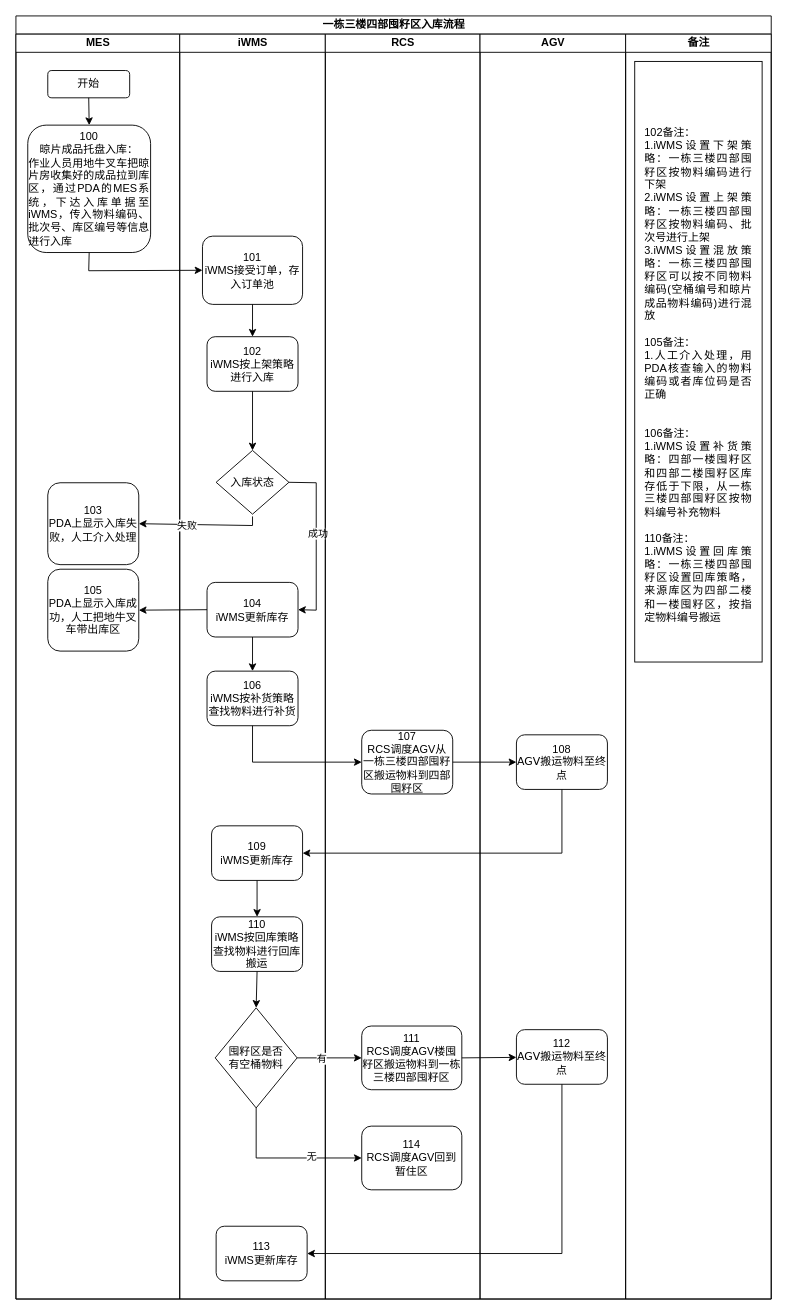
Above: page "一栋三楼四部囤籽区入库流程" (8 of 18) of data/伍子醉-无MES业务流程图.drawio in chenyanxi/hosts (draw.io), before the change. Source tidied: cells renumbered, new cells numbered last; positions are measured from the earlier drawing's top-left corner, leaving out a move shared by most shapes. Both pictures are drawn from the tidied source at 91%, with x=0, y=0 at pixel (15, 15).
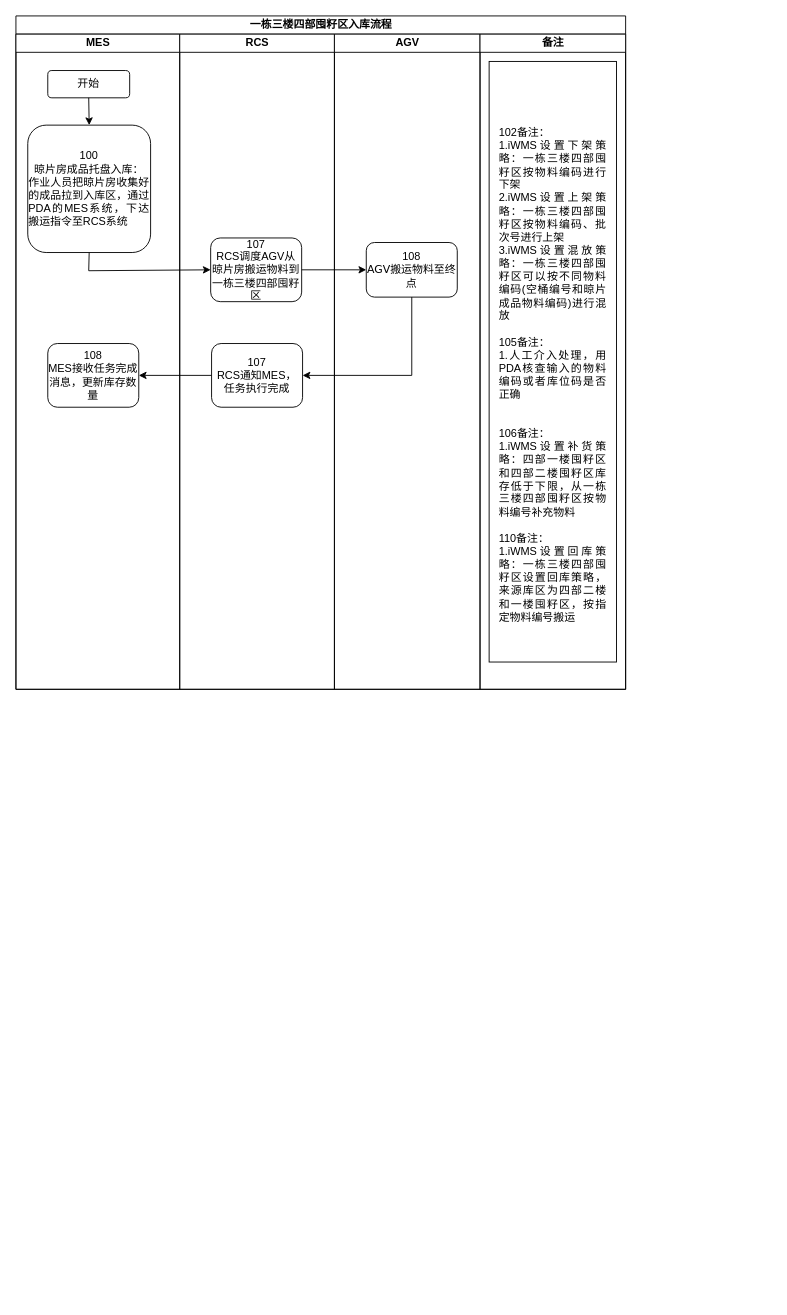
The same page after the edit.

Change to the diagram source:
```diff
@@
     <mxCell id="2" value="&lt;font style=&quot;font-size: 12px;&quot;&gt;一栋三楼四部囤籽区入库流程&lt;/font&gt;" style="swimlane;html=1;startSize=20;rounded=0;shadow=0;labelBackgroundColor=none;strokeWidth=1;fontFamily=Verdana;fontSize=8;align=center;" parent="1" vertex="1">
-      <mxGeometry width="830" height="1410" as="geometry" />
+      <mxGeometry width="670" height="740" as="geometry" />
     </mxCell>
     <mxCell id="3" value="MES" style="swimlane;html=1;startSize=20;" parent="2" vertex="1">
-      <mxGeometry y="20" width="180" height="1390" as="geometry" />
+      <mxGeometry y="20" width="180" height="720" as="geometry" />
     </mxCell>
@@
-    <mxCell id="5" value="&lt;div&gt;&lt;font face=&quot;Helvetica&quot; style=&quot;font-size: 12px;&quot;&gt;103&lt;/font&gt;&lt;/div&gt;&lt;font face=&quot;Helvetica&quot;&gt;&lt;span style=&quot;font-size: 12px;&quot;&gt;PDA上显示入库失败，人工介入处理&lt;/span&gt;&lt;/font&gt;" style="rounded=1;whiteSpace=wrap;html=1;shadow=0;labelBackgroundColor=none;strokeWidth=1;fontFamily=Verdana;fontSize=8;align=center;" parent="3" vertex="1">
-      <mxGeometry x="35" y="493" width="100" height="90" as="geometry" />
-    </mxCell>
-    <mxCell id="6" value="&lt;div style=&quot;&quot;&gt;&lt;span style=&quot;font-size: 12px; font-family: Helvetica; background-color: initial;&quot;&gt;100&lt;/span&gt;&lt;/div&gt;&lt;font style=&quot;&quot; face=&quot;Helvetica&quot;&gt;&lt;div style=&quot;&quot;&gt;&lt;span style=&quot;font-size: 12px; background-color: initial;&quot;&gt;晾片成品托盘入库：&lt;/span&gt;&lt;/div&gt;&lt;/font&gt;&lt;div style=&quot;text-align: justify;&quot;&gt;&lt;font style=&quot;font-size: 12px;&quot; face=&quot;Helvetica&quot;&gt;作业人员用地牛叉车把晾片房收集好的成品拉到库区，通过PDA的MES系统，下达入库单据至iWMS，传入物料编码、批次号、库区编号等信息进行入库&lt;/font&gt;&lt;/div&gt;" style="rounded=1;whiteSpace=wrap;html=1;shadow=0;labelBackgroundColor=none;strokeWidth=1;fontFamily=Verdana;fontSize=8;align=center;" parent="3" vertex="1">
+    <mxCell id="6" value="&lt;div style=&quot;&quot;&gt;&lt;span style=&quot;font-size: 12px; font-family: Helvetica; background-color: initial;&quot;&gt;100&lt;/span&gt;&lt;/div&gt;&lt;font style=&quot;&quot; face=&quot;Helvetica&quot;&gt;&lt;div style=&quot;&quot;&gt;&lt;span style=&quot;font-size: 12px; background-color: initial;&quot;&gt;晾片房成品托盘入库：&lt;/span&gt;&lt;/div&gt;&lt;/font&gt;&lt;div style=&quot;text-align: justify;&quot;&gt;&lt;font style=&quot;font-size: 12px;&quot; face=&quot;Helvetica&quot;&gt;作业人员把晾片房收集好的成品拉到入库区，通过PDA的MES系统，下达&lt;/font&gt;&lt;span style=&quot;font-family: Helvetica; font-size: 12px; background-color: initial;&quot;&gt;搬运指令至RCS系统&lt;/span&gt;&lt;/div&gt;" style="rounded=1;whiteSpace=wrap;html=1;shadow=0;labelBackgroundColor=none;strokeWidth=1;fontFamily=Verdana;fontSize=8;align=center;" parent="3" vertex="1">
       <mxGeometry x="13" y="100" width="135" height="140" as="geometry" />
     </mxCell>
@@
-    <mxCell id="8" value="&lt;div&gt;&lt;font face=&quot;Helvetica&quot; style=&quot;font-size: 12px;&quot;&gt;105&lt;/font&gt;&lt;/div&gt;&lt;font face=&quot;Helvetica&quot;&gt;&lt;span style=&quot;font-size: 12px;&quot;&gt;PDA上显示入库成功，人工把地牛叉车带出库区&lt;/span&gt;&lt;/font&gt;" style="rounded=1;whiteSpace=wrap;html=1;shadow=0;labelBackgroundColor=none;strokeWidth=1;fontFamily=Verdana;fontSize=8;align=center;" parent="3" vertex="1">
-      <mxGeometry x="35" y="588" width="100" height="90" as="geometry" />
-    </mxCell>
-    <mxCell id="9" value="iWMS" style="swimlane;html=1;startSize=20;" parent="2" vertex="1">
-      <mxGeometry x="180" y="20" width="160" height="1390" as="geometry" />
-    </mxCell>
-    <mxCell id="10" value="&lt;font style=&quot;font-size: 12px;&quot; face=&quot;Helvetica&quot;&gt;101&lt;/font&gt;&lt;div&gt;&lt;font style=&quot;font-size: 12px;&quot; face=&quot;Helvetica&quot;&gt;iWMS接受订单，存入订单池&lt;/font&gt;&lt;/div&gt;" style="rounded=1;whiteSpace=wrap;html=1;shadow=0;labelBackgroundColor=none;strokeWidth=1;fontFamily=Verdana;fontSize=8;align=center;" parent="9" vertex="1">
-      <mxGeometry x="25" y="222" width="110" height="75" as="geometry" />
-    </mxCell>
-    <mxCell id="11" value="&lt;font face=&quot;Helvetica&quot;&gt;&lt;span style=&quot;font-size: 12px;&quot;&gt;入库状态&lt;/span&gt;&lt;/font&gt;" style="rhombus;whiteSpace=wrap;html=1;rounded=0;shadow=0;labelBackgroundColor=none;strokeWidth=1;fontFamily=Verdana;fontSize=8;align=center;" parent="9" vertex="1">
-      <mxGeometry x="40" y="457.5" width="80" height="70" as="geometry" />
-    </mxCell>
-    <mxCell id="12" style="endArrow=classic;html=1;rounded=0;entryX=1;entryY=0.5;entryDx=0;entryDy=0;" parent="9" edge="1" target="5">
-      <mxGeometry relative="1" as="geometry">
-        <mxPoint x="80" y="530" as="sourcePoint" />
-        <Array as="points">
-          <mxPoint x="80" y="540" />
-        </Array>
-      </mxGeometry>
-    </mxCell>
-    <mxCell id="13" value="失败" style="edgeLabel;html=1;align=center;verticalAlign=middle;" parent="12" vertex="1">
-      <mxGeometry x="0.22" y="1" relative="1" as="geometry" />
-    </mxCell>
-    <mxCell id="14" value="&lt;font style=&quot;font-size: 12px;&quot; face=&quot;Helvetica&quot;&gt;102&lt;/font&gt;&lt;div&gt;&lt;font style=&quot;font-size: 12px;&quot; face=&quot;Helvetica&quot;&gt;iWMS按上架策略进行入库&lt;/font&gt;&lt;/div&gt;" style="rounded=1;whiteSpace=wrap;html=1;shadow=0;labelBackgroundColor=none;strokeWidth=1;fontFamily=Verdana;fontSize=8;align=center;" parent="9" vertex="1">
-      <mxGeometry x="30" y="332.5" width="100" height="60" as="geometry" />
-    </mxCell>
-    <mxCell id="15" style="endArrow=classic;html=1;rounded=0;exitX=0.5;exitY=1;exitDx=0;exitDy=0;entryX=0.5;entryY=0;entryDx=0;entryDy=0;" parent="9" edge="1" source="10" target="14">
-      <mxGeometry relative="1" as="geometry" />
-    </mxCell>
-    <mxCell id="16" style="endArrow=classic;html=1;rounded=0;exitX=0.5;exitY=1;exitDx=0;exitDy=0;entryX=0.5;entryY=0;entryDx=0;entryDy=0;" parent="9" edge="1" source="14" target="11">
-      <mxGeometry relative="1" as="geometry" />
-    </mxCell>
-    <mxCell id="17" value="&lt;font style=&quot;font-size: 12px;&quot; face=&quot;Helvetica&quot;&gt;104&lt;/font&gt;&lt;div&gt;&lt;font style=&quot;font-size: 12px;&quot; face=&quot;Helvetica&quot;&gt;iWMS更新库存&lt;/font&gt;&lt;/div&gt;" style="rounded=1;whiteSpace=wrap;html=1;shadow=0;labelBackgroundColor=none;strokeWidth=1;fontFamily=Verdana;fontSize=8;align=center;" parent="9" vertex="1">
-      <mxGeometry x="30" y="602.5" width="100" height="60" as="geometry" />
-    </mxCell>
-    <mxCell id="18" value="&lt;font style=&quot;font-size: 12px;&quot; face=&quot;Helvetica&quot;&gt;106&lt;/font&gt;&lt;div&gt;&lt;font style=&quot;font-size: 12px;&quot; face=&quot;Helvetica&quot;&gt;iWMS按补货策略查找物料进行补货&lt;/font&gt;&lt;/div&gt;" style="rounded=1;whiteSpace=wrap;html=1;shadow=0;labelBackgroundColor=none;strokeWidth=1;fontFamily=Verdana;fontSize=8;align=center;" parent="9" vertex="1">
-      <mxGeometry x="30" y="700" width="100" height="60" as="geometry" />
-    </mxCell>
-    <mxCell id="19" style="endArrow=classic;html=1;rounded=0;exitX=0.5;exitY=1;exitDx=0;exitDy=0;" parent="9" edge="1" source="17" target="18">
-      <mxGeometry relative="1" as="geometry" />
-    </mxCell>
-    <mxCell id="20" value="&lt;font style=&quot;font-size: 12px;&quot; face=&quot;Helvetica&quot;&gt;109&lt;/font&gt;&lt;div&gt;&lt;font style=&quot;font-size: 12px;&quot; face=&quot;Helvetica&quot;&gt;iWMS更新库存&lt;/font&gt;&lt;/div&gt;" style="rounded=1;whiteSpace=wrap;html=1;shadow=0;labelBackgroundColor=none;strokeWidth=1;fontFamily=Verdana;fontSize=8;align=center;" parent="9" vertex="1">
-      <mxGeometry x="35" y="870" width="100" height="60" as="geometry" />
-    </mxCell>
-    <mxCell id="21" style="endArrow=classic;html=1;rounded=0;exitX=1;exitY=0.5;exitDx=0;exitDy=0;entryX=1;entryY=0.5;entryDx=0;entryDy=0;" parent="9" edge="1" source="11" target="17">
-      <mxGeometry relative="1" as="geometry">
-        <Array as="points">
-          <mxPoint x="150" y="493" />
-          <mxPoint x="150" y="633" />
-        </Array>
-      </mxGeometry>
-    </mxCell>
-    <mxCell id="22" value="成功" style="edgeLabel;html=1;align=center;verticalAlign=middle;" parent="21" vertex="1">
-      <mxGeometry x="-0.1" y="1" relative="1" as="geometry" />
-    </mxCell>
+    <mxCell id="48" value="&lt;font style=&quot;font-size: 12px;&quot; face=&quot;Helvetica&quot;&gt;108&lt;/font&gt;&lt;div&gt;&lt;span style=&quot;font-family: Helvetica; font-size: 12px;&quot;&gt;MES接收任务完成消息，更新库存数量&lt;/span&gt;&lt;/div&gt;" style="rounded=1;whiteSpace=wrap;html=1;shadow=0;labelBackgroundColor=none;strokeWidth=1;fontFamily=Verdana;fontSize=8;align=center;" parent="3" vertex="1">
+      <mxGeometry x="35" y="340" width="100" height="70" as="geometry" />
+    </mxCell>
     <mxCell id="23" value="RCS" style="swimlane;html=1;startSize=20;" parent="2" vertex="1">
-      <mxGeometry x="340" y="20" width="170" height="1390" as="geometry" />
+      <mxGeometry x="180" y="20" width="170" height="720" as="geometry" />
     </mxCell>
-    <mxCell id="24" value="&lt;font style=&quot;font-size: 12px;&quot; face=&quot;Helvetica&quot;&gt;107&lt;/font&gt;&lt;div&gt;&lt;font style=&quot;&quot; face=&quot;Helvetica&quot;&gt;&lt;span style=&quot;font-size: 12px;&quot;&gt;RCS调度AGV从一栋三楼四部囤籽区搬运物料到四部囤籽区&lt;/span&gt;&lt;/font&gt;&lt;/div&gt;" style="rounded=1;whiteSpace=wrap;html=1;shadow=0;labelBackgroundColor=none;strokeWidth=1;fontFamily=Verdana;fontSize=8;align=center;" parent="23" vertex="1">
-      <mxGeometry x="40" y="765" width="100" height="70" as="geometry" />
+    <mxCell id="24" value="&lt;font style=&quot;font-size: 12px;&quot; face=&quot;Helvetica&quot;&gt;107&lt;/font&gt;&lt;div&gt;&lt;font style=&quot;&quot; face=&quot;Helvetica&quot;&gt;&lt;span style=&quot;font-size: 12px;&quot;&gt;RCS调度AGV从晾片房搬运物料到一栋三楼四部囤籽区&lt;/span&gt;&lt;/font&gt;&lt;/div&gt;" style="rounded=1;whiteSpace=wrap;html=1;shadow=0;labelBackgroundColor=none;strokeWidth=1;fontFamily=Verdana;fontSize=8;align=center;" parent="23" vertex="1">
+      <mxGeometry x="34" y="224" width="100" height="70" as="geometry" />
     </mxCell>
+    <mxCell id="49" value="&lt;font style=&quot;font-size: 12px;&quot; face=&quot;Helvetica&quot;&gt;107&lt;/font&gt;&lt;div&gt;&lt;font style=&quot;font-size: 12px;&quot; face=&quot;Helvetica&quot;&gt;RCS通知MES，任务执行完成&lt;/font&gt;&lt;/div&gt;" style="rounded=1;whiteSpace=wrap;html=1;shadow=0;labelBackgroundColor=none;strokeWidth=1;fontFamily=Verdana;fontSize=8;align=center;" parent="23" vertex="1">
+      <mxGeometry x="35" y="340" width="100" height="70" as="geometry" />
+    </mxCell>
     <mxCell id="25" value="AGV" style="swimlane;html=1;startSize=20;" parent="2" vertex="1">
-      <mxGeometry x="510" y="20" width="160" height="1390" as="geometry" />
+      <mxGeometry x="350" y="20" width="160" height="720" as="geometry" />
     </mxCell>
     <mxCell id="26" value="&lt;font style=&quot;font-size: 12px;&quot; face=&quot;Helvetica&quot;&gt;108&lt;/font&gt;&lt;div&gt;&lt;font style=&quot;font-size: 12px;&quot;&gt;AGV搬运物料至终点&lt;/font&gt;&lt;/div&gt;" style="rounded=1;whiteSpace=wrap;html=1;shadow=0;labelBackgroundColor=none;strokeWidth=1;fontFamily=Verdana;fontSize=8;align=center;" parent="25" vertex="1">
-      <mxGeometry x="40" y="770" width="100" height="60" as="geometry" />
+      <mxGeometry x="35" y="229" width="100" height="60" as="geometry" />
     </mxCell>
     <mxCell id="27" value="备注" style="swimlane;html=1;startSize=20;" parent="2" vertex="1">
-      <mxGeometry x="670" y="20" width="160" height="1390" as="geometry" />
+      <mxGeometry x="510" y="20" width="160" height="720" as="geometry" />
     </mxCell>
@@
+    <mxCell id="31" style="endArrow=classic;html=1;rounded=0;exitX=0.5;exitY=1;exitDx=0;exitDy=0;entryX=0;entryY=0.5;entryDx=0;entryDy=0;" parent="2" edge="1" source="6" target="24">
+      <mxGeometry relative="1" as="geometry">
+        <Array as="points">
+          <mxPoint x="80" y="280" />
+        </Array>
+      </mxGeometry>
+    </mxCell>
@@
-    <mxCell id="30" style="endArrow=classic;html=1;rounded=0;exitX=0.5;exitY=1;exitDx=0;exitDy=0;entryX=1;entryY=0.5;entryDx=0;entryDy=0;" parent="2" edge="1" source="26" target="20">
-      <mxGeometry relative="1" as="geometry">
-        <Array as="points">
-          <mxPoint x="600" y="920" />
-        </Array>
-      </mxGeometry>
-    </mxCell>
-    <mxCell id="31" style="endArrow=classic;html=1;rounded=0;exitX=0.5;exitY=1;exitDx=0;exitDy=0;entryX=0;entryY=0.5;entryDx=0;entryDy=0;" parent="2" edge="1" source="6" target="10">
-      <mxGeometry relative="1" as="geometry">
-        <Array as="points">
-          <mxPoint x="80" y="280" />
-        </Array>
-      </mxGeometry>
-    </mxCell>
-    <mxCell id="32" style="endArrow=classic;html=1;rounded=0;exitX=0;exitY=0.5;exitDx=0;exitDy=0;entryX=1;entryY=0.5;entryDx=0;entryDy=0;" parent="2" edge="1" source="17" target="8">
-      <mxGeometry relative="1" as="geometry" />
-    </mxCell>
-    <mxCell id="33" style="endArrow=classic;html=1;rounded=0;exitX=0.5;exitY=1;exitDx=0;exitDy=0;entryX=0;entryY=0.5;entryDx=0;entryDy=0;" parent="2" edge="1" source="18" target="24">
-      <mxGeometry relative="1" as="geometry">
-        <Array as="points">
-          <mxPoint x="260" y="820" />
-        </Array>
-      </mxGeometry>
-    </mxCell>
-    <mxCell id="34" value="&lt;font style=&quot;font-size: 12px;&quot; face=&quot;Helvetica&quot;&gt;110&lt;/font&gt;&lt;div&gt;&lt;font style=&quot;font-size: 12px;&quot; face=&quot;Helvetica&quot;&gt;iWMS按回库策略查找物料进行回库搬运&lt;/font&gt;&lt;/div&gt;" style="rounded=1;whiteSpace=wrap;html=1;shadow=0;labelBackgroundColor=none;strokeWidth=1;fontFamily=Verdana;fontSize=8;align=center;" parent="1" vertex="1">
-      <mxGeometry x="215" y="990" width="100" height="60" as="geometry" />
-    </mxCell>
-    <mxCell id="35" value="&lt;font face=&quot;Helvetica&quot;&gt;&lt;span style=&quot;font-size: 12px;&quot;&gt;囤籽区是否有空桶物料&lt;/span&gt;&lt;/font&gt;" style="rhombus;whiteSpace=wrap;html=1;rounded=0;shadow=0;labelBackgroundColor=none;strokeWidth=1;fontFamily=Verdana;fontSize=8;align=center;spacingLeft=10;spacingRight=10;spacingTop=10;spacingBottom=10;" parent="1" vertex="1">
-      <mxGeometry x="219" y="1090" width="90" height="110" as="geometry" />
-    </mxCell>
-    <mxCell id="36" value="&lt;font style=&quot;font-size: 12px;&quot; face=&quot;Helvetica&quot;&gt;113&lt;/font&gt;&lt;div&gt;&lt;font style=&quot;font-size: 12px;&quot; face=&quot;Helvetica&quot;&gt;iWMS更新库存&lt;/font&gt;&lt;/div&gt;" style="rounded=1;whiteSpace=wrap;html=1;shadow=0;labelBackgroundColor=none;strokeWidth=1;fontFamily=Verdana;fontSize=8;align=center;" parent="1" vertex="1">
-      <mxGeometry x="220" y="1330" width="100" height="60" as="geometry" />
-    </mxCell>
-    <mxCell id="37" style="endArrow=classic;html=1;rounded=0;exitX=0.5;exitY=1;exitDx=0;exitDy=0;entryX=0.5;entryY=0;entryDx=0;entryDy=0;" parent="1" edge="1" source="34" target="35">
-      <mxGeometry relative="1" as="geometry" />
-    </mxCell>
-    <mxCell id="38" value="&lt;div&gt;&lt;font style=&quot;font-size: 12px;&quot; face=&quot;Helvetica&quot;&gt;111&lt;/font&gt;&lt;/div&gt;&lt;div&gt;&lt;font style=&quot;font-size: 12px;&quot; face=&quot;Helvetica&quot;&gt;RCS调度AGV楼囤籽区搬运物料到一栋三楼四部囤籽区&lt;/font&gt;&lt;/div&gt;" style="rounded=1;whiteSpace=wrap;html=1;shadow=0;labelBackgroundColor=none;strokeWidth=1;fontFamily=Verdana;fontSize=8;align=center;" parent="1" vertex="1">
-      <mxGeometry x="380" y="1110" width="110" height="70" as="geometry" />
-    </mxCell>
-    <mxCell id="39" value="&lt;font style=&quot;font-size: 12px;&quot; face=&quot;Helvetica&quot;&gt;114&lt;/font&gt;&lt;div&gt;&lt;font style=&quot;font-size: 12px;&quot; face=&quot;Helvetica&quot;&gt;RCS调度AGV回到暂住区&lt;/font&gt;&lt;/div&gt;" style="rounded=1;whiteSpace=wrap;html=1;shadow=0;labelBackgroundColor=none;strokeWidth=1;fontFamily=Verdana;fontSize=8;align=center;" parent="1" vertex="1">
-      <mxGeometry x="380" y="1220" width="110" height="70" as="geometry" />
-    </mxCell>
-    <mxCell id="40" value="&lt;font style=&quot;font-size: 12px;&quot; face=&quot;Helvetica&quot;&gt;112&lt;/font&gt;&lt;div&gt;&lt;font style=&quot;font-size: 12px;&quot;&gt;AGV搬运物料至终点&lt;/font&gt;&lt;/div&gt;" style="rounded=1;whiteSpace=wrap;html=1;shadow=0;labelBackgroundColor=none;strokeWidth=1;fontFamily=Verdana;fontSize=8;align=center;" parent="1" vertex="1">
-      <mxGeometry x="550" y="1114" width="100" height="60" as="geometry" />
-    </mxCell>
-    <mxCell id="41" style="endArrow=classic;html=1;rounded=0;exitX=1;exitY=0.5;exitDx=0;exitDy=0;entryX=0;entryY=0.5;entryDx=0;entryDy=0;" parent="1" edge="1" source="35" target="38">
-      <mxGeometry relative="1" as="geometry" />
-    </mxCell>
-    <mxCell id="42" value="有" style="edgeLabel;html=1;align=center;verticalAlign=middle;" parent="41" vertex="1">
-      <mxGeometry x="-0.26" relative="1" as="geometry" />
-    </mxCell>
-    <mxCell id="43" style="endArrow=classic;html=1;rounded=0;exitX=0.5;exitY=1;exitDx=0;exitDy=0;entryX=0;entryY=0.5;entryDx=0;entryDy=0;" parent="1" edge="1" source="35" target="39">
-      <mxGeometry relative="1" as="geometry">
-        <Array as="points">
-          <mxPoint x="264" y="1255" />
-        </Array>
-      </mxGeometry>
-    </mxCell>
-    <mxCell id="44" value="无" style="edgeLabel;html=1;align=center;verticalAlign=middle;" parent="43" vertex="1">
-      <mxGeometry x="0.34" y="2" relative="1" as="geometry" />
-    </mxCell>
-    <mxCell id="45" style="endArrow=classic;html=1;rounded=0;exitX=1;exitY=0.5;exitDx=0;exitDy=0;" parent="1" edge="1" source="38" target="40">
-      <mxGeometry relative="1" as="geometry" />
-    </mxCell>
-    <mxCell id="46" style="endArrow=classic;html=1;rounded=0;exitX=0.5;exitY=1;exitDx=0;exitDy=0;entryX=1;entryY=0.5;entryDx=0;entryDy=0;" parent="1" edge="1" source="40" target="36">
-      <mxGeometry relative="1" as="geometry">
-        <Array as="points">
-          <mxPoint x="600" y="1360" />
-        </Array>
-      </mxGeometry>
-    </mxCell>
-    <mxCell id="47" style="endArrow=classic;html=1;rounded=0;exitX=0.5;exitY=1;exitDx=0;exitDy=0;entryX=0.5;entryY=0;entryDx=0;entryDy=0;" parent="1" edge="1" source="20" target="34">
-      <mxGeometry relative="1" as="geometry" />
-    </mxCell>
+    <mxCell id="50" style="endArrow=classic;html=1;rounded=0;exitX=0.5;exitY=1;exitDx=0;exitDy=0;entryX=1;entryY=0.5;entryDx=0;entryDy=0;" parent="2" edge="1" source="26" target="49">
+      <mxGeometry relative="1" as="geometry">
+        <Array as="points">
+          <mxPoint x="435" y="395" />
+        </Array>
+      </mxGeometry>
+    </mxCell>
+    <mxCell id="51" style="endArrow=classic;html=1;rounded=0;exitX=0;exitY=0.5;exitDx=0;exitDy=0;entryX=1;entryY=0.5;entryDx=0;entryDy=0;" parent="2" edge="1" source="49" target="48">
+      <mxGeometry relative="1" as="geometry" />
+    </mxCell>
```
